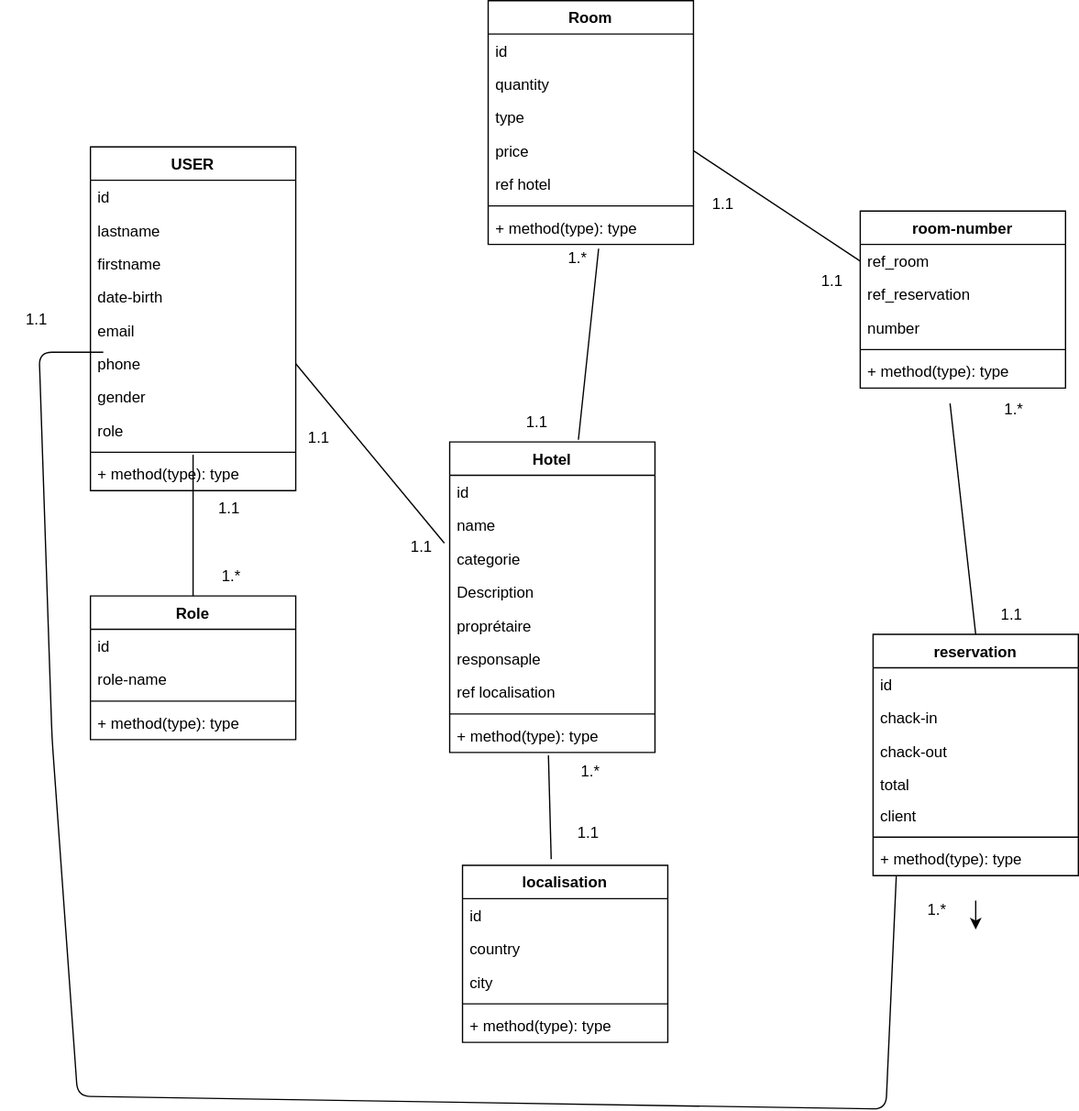
This is conception/DCLASS.drawio.svg from AllaouiJihad/youbooking, a draw.io export, as it was before one commit. Source tidied: cells renumbered, new cells last; positions are measured from the earlier drawing's top-left corner, leaving out a move shared by most shapes.
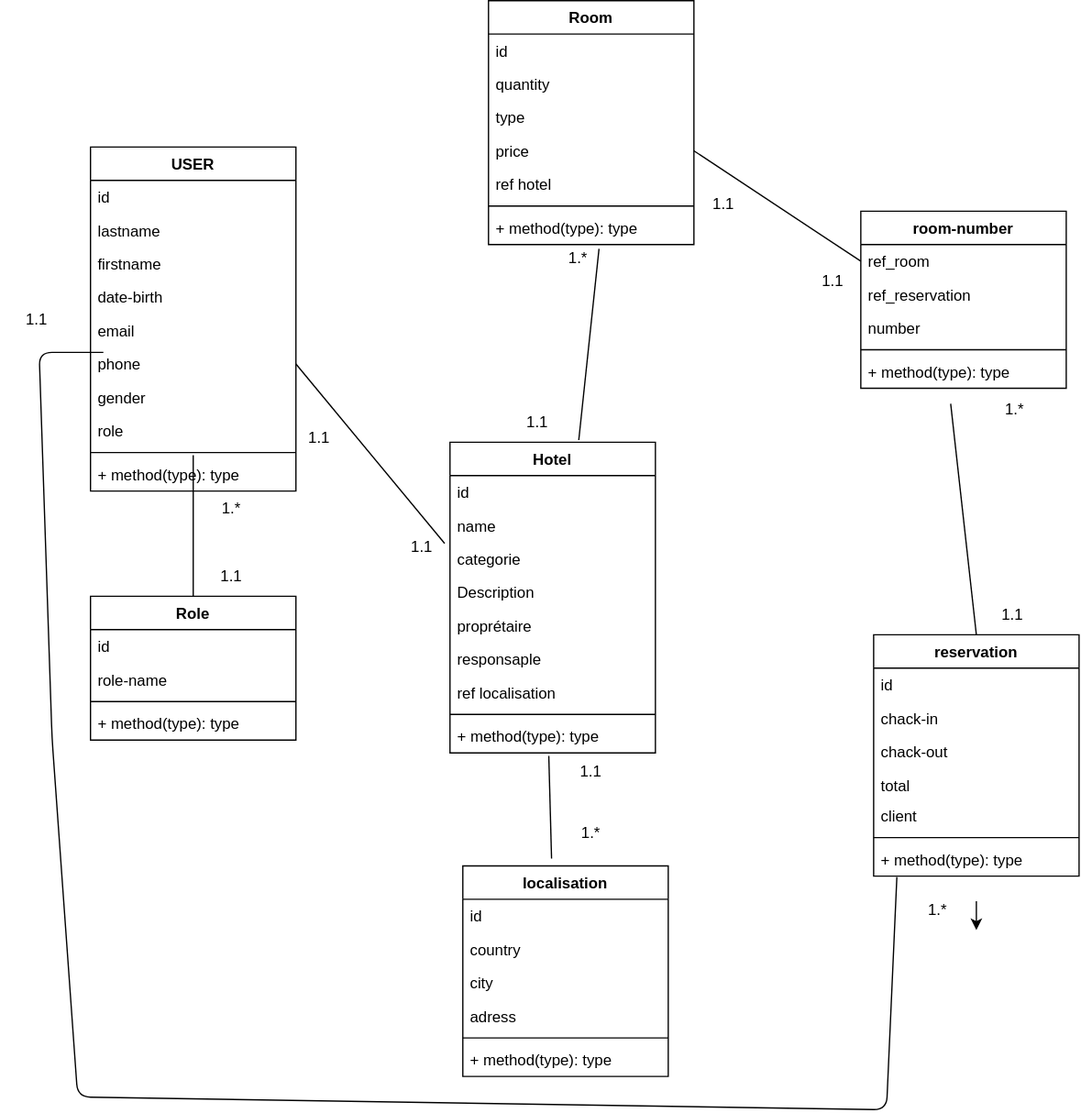
Later version of the same file.

Diff of the diagram source:
```diff
@@ -129,7 +129,7 @@
       <mxGeometry y="162" width="160" height="26" as="geometry" />
     </mxCell>
     <mxCell id="44" value="localisation" style="swimlane;fontStyle=1;align=center;verticalAlign=top;horizontal=1;startSize=26;" parent="1" vertex="1">
-      <mxGeometry x="360" y="674" width="160" height="138" as="geometry" />
+      <mxGeometry x="360" y="674" width="160" height="164" as="geometry" />
     </mxCell>
     <mxCell id="45" value="id" style="text;strokeColor=none;fillColor=none;align=left;verticalAlign=top;spacingLeft=4;spacingRight=4;overflow=hidden;" parent="44" vertex="1">
       <mxGeometry y="26" width="160" height="26" as="geometry" />
@@ -140,11 +140,14 @@
     <mxCell id="47" value="city" style="text;strokeColor=none;fillColor=none;align=left;verticalAlign=top;spacingLeft=4;spacingRight=4;overflow=hidden;" parent="44" vertex="1">
       <mxGeometry y="78" width="160" height="26" as="geometry" />
     </mxCell>
+    <mxCell id="78" value="adress" style="text;strokeColor=none;fillColor=none;align=left;verticalAlign=top;spacingLeft=4;spacingRight=4;overflow=hidden;" parent="44" vertex="1">
+      <mxGeometry y="104" width="160" height="26" as="geometry" />
+    </mxCell>
     <mxCell id="48" style="line;strokeWidth=1;fillColor=none;align=left;verticalAlign=middle;spacingTop=-1;spacingLeft=3;spacingRight=3;labelPosition=right;strokeColor=inherit;" parent="44" vertex="1">
-      <mxGeometry y="104" width="160" height="8" as="geometry" />
+      <mxGeometry y="130" width="160" height="8" as="geometry" />
     </mxCell>
     <mxCell id="49" value="+ method(type): type" style="text;strokeColor=none;fillColor=none;align=left;verticalAlign=top;spacingLeft=4;spacingRight=4;overflow=hidden;" parent="44" vertex="1">
-      <mxGeometry y="112" width="160" height="26" as="geometry" />
+      <mxGeometry y="138" width="160" height="26" as="geometry" />
     </mxCell>
     <mxCell id="50" value="room-number" style="swimlane;fontStyle=1;align=center;verticalAlign=top;horizontal=1;startSize=26;" parent="1" vertex="1">
       <mxGeometry x="670" y="164" width="160" height="138" as="geometry" />
@@ -185,16 +188,16 @@
     <mxCell id="60" style="endArrow=none;html=1;entryX=0.481;entryY=1.09;entryDx=0;entryDy=0;entryPerimeter=0;exitX=0.432;exitY=-0.035;exitDx=0;exitDy=0;exitPerimeter=0;" parent="1" edge="1" source="44" target="35">
       <mxGeometry relative="1" as="geometry" />
     </mxCell>
-    <mxCell id="61" value="1.1&lt;span style=&quot;color: rgba(0, 0, 0, 0); font-family: monospace; font-size: 0px; text-align: start;&quot;&gt;%3CmxGraphModel%3E%3Croot%3E%3CmxCell%20id%3D%220%22%2F%3E%3CmxCell%20id%3D%221%22%20parent%3D%220%22%2F%3E%3CmxCell%20id%3D%222%22%20value%3D%22Role%22%20style%3D%22swimlane%3BfontStyle%3D1%3Balign%3Dcenter%3BverticalAlign%3Dtop%3BchildLayout%3DstackLayout%3Bhorizontal%3D1%3BstartSize%3D26%3BhorizontalStack%3D0%3BresizeParent%3D1%3BresizeParentMax%3D0%3BresizeLast%3D0%3Bcollapsible%3D1%3BmarginBottom%3D0%3B%22%20vertex%3D%221%22%20parent%3D%221%22%3E%3CmxGeometry%20x%3D%2240%22%20y%3D%22540%22%20width%3D%22160%22%20height%3D%22112%22%20as%3D%22geometry%22%2F%3E%3C%2FmxCell%3E%3CmxCell%20id%3D%223%22%20value%3D%22id%22%20style%3D%22text%3BstrokeColor%3Dnone%3BfillColor%3Dnone%3Balign%3Dleft%3BverticalAlign%3Dtop%3BspacingLeft%3D4%3BspacingRight%3D4%3Boverflow%3Dhidden%3Brotatable%3D0%3Bpoints%3D%5B%5B0%2C0.5%5D%2C%5B1%2C0.5%5D%5D%3BportConstraint%3Deastwest%3B%22%20vertex%3D%221%22%20parent%3D%222%22%3E%3CmxGeometry%20y%3D%2226%22%20width%3D%22160%22%20height%3D%2226%22%20as%3D%22geometry%22%2F%3E%3C%2FmxCell%3E%3CmxCell%20id%3D%224%22%20value%3D%22role-name%22%20style%3D%22text%3BstrokeColor%3Dnone%3BfillColor%3Dnone%3Balign%3Dleft%3BverticalAlign%3Dtop%3BspacingLeft%3D4%3BspacingRight%3D4%3Boverflow%3Dhidden%3Brotatable%3D0%3Bpoints%3D%5B%5B0%2C0.5%5D%2C%5B1%2C0.5%5D%5D%3BportConstraint%3Deastwest%3B%22%20vertex%3D%221%22%20parent%3D%222%22%3E%3CmxGeometry%20y%3D%2252%22%20width%3D%22160%22%20height%3D%2226%22%20as%3D%22geometry%22%2F%3E%3C%2FmxCell%3E%3CmxCell%20id%3D%225%22%20value%3D%22%22%20style%3D%22line%3BstrokeWidth%3D1%3BfillColor%3Dnone%3Balign%3Dleft%3BverticalAlign%3Dmiddle%3BspacingTop%3D-1%3BspacingLeft%3D3%3BspacingRight%3D3%3Brotatable%3D0%3BlabelPosition%3Dright%3Bpoints%3D%5B%5D%3BportConstraint%3Deastwest%3BstrokeColor%3Dinherit%3B%22%20vertex%3D%221%22%20parent%3D%222%22%3E%3CmxGeometry%20y%3D%2278%22%20width%3D%22160%22%20height%3D%228%22%20as%3D%22geometry%22%2F%3E%3C%2FmxCell%3E%3CmxCell%20id%3D%226%22%20value%3D%22%2B%20method(type)%3A%20type%22%20style%3D%22text%3BstrokeColor%3Dnone%3BfillColor%3Dnone%3Balign%3Dleft%3BverticalAlign%3Dtop%3BspacingLeft%3D4%3BspacingRight%3D4%3Boverflow%3Dhidden%3Brotatable%3D0%3Bpoints%3D%5B%5B0%2C0.5%5D%2C%5B1%2C0.5%5D%5D%3BportConstraint%3Deastwest%3B%22%20vertex%3D%221%22%20parent%3D%222%22%3E%3CmxGeometry%20y%3D%2286%22%20width%3D%22160%22%20height%3D%2226%22%20as%3D%22geometry%22%2F%3E%3C%2FmxCell%3E%3C%2Froot%3E%3C%2FmxGraphModel%3E&lt;/span&gt;" style="text;html=1;strokeColor=none;fillColor=none;align=center;verticalAlign=middle;whiteSpace=wrap;rounded=0;" parent="1" vertex="1">
+    <mxCell id="61" value="1.*" style="text;html=1;strokeColor=none;fillColor=none;align=center;verticalAlign=middle;whiteSpace=wrap;rounded=0;" parent="1" vertex="1">
       <mxGeometry x="150" y="381" width="60" height="30" as="geometry" />
     </mxCell>
-    <mxCell id="62" value="1.*" style="text;html=1;strokeColor=none;fillColor=none;align=center;verticalAlign=middle;whiteSpace=wrap;rounded=0;" parent="1" vertex="1">
+    <mxCell id="62" value="1.1" style="text;html=1;strokeColor=none;fillColor=none;align=center;verticalAlign=middle;whiteSpace=wrap;rounded=0;" parent="1" vertex="1">
       <mxGeometry x="150" y="434" width="60" height="30" as="geometry" />
     </mxCell>
-    <mxCell id="63" value="1.1&lt;span style=&quot;color: rgba(0, 0, 0, 0); font-family: monospace; font-size: 0px; text-align: start;&quot;&gt;%3CmxGraphModel%3E%3Croot%3E%3CmxCell%20id%3D%220%22%2F%3E%3CmxCell%20id%3D%221%22%20parent%3D%220%22%2F%3E%3CmxCell%20id%3D%222%22%20value%3D%22Role%22%20style%3D%22swimlane%3BfontStyle%3D1%3Balign%3Dcenter%3BverticalAlign%3Dtop%3BchildLayout%3DstackLayout%3Bhorizontal%3D1%3BstartSize%3D26%3BhorizontalStack%3D0%3BresizeParent%3D1%3BresizeParentMax%3D0%3BresizeLast%3D0%3Bcollapsible%3D1%3BmarginBottom%3D0%3B%22%20vertex%3D%221%22%20parent%3D%221%22%3E%3CmxGeometry%20x%3D%2240%22%20y%3D%22540%22%20width%3D%22160%22%20height%3D%22112%22%20as%3D%22geometry%22%2F%3E%3C%2FmxCell%3E%3CmxCell%20id%3D%223%22%20value%3D%22id%22%20style%3D%22text%3BstrokeColor%3Dnone%3BfillColor%3Dnone%3Balign%3Dleft%3BverticalAlign%3Dtop%3BspacingLeft%3D4%3BspacingRight%3D4%3Boverflow%3Dhidden%3Brotatable%3D0%3Bpoints%3D%5B%5B0%2C0.5%5D%2C%5B1%2C0.5%5D%5D%3BportConstraint%3Deastwest%3B%22%20vertex%3D%221%22%20parent%3D%222%22%3E%3CmxGeometry%20y%3D%2226%22%20width%3D%22160%22%20height%3D%2226%22%20as%3D%22geometry%22%2F%3E%3C%2FmxCell%3E%3CmxCell%20id%3D%224%22%20value%3D%22role-name%22%20style%3D%22text%3BstrokeColor%3Dnone%3BfillColor%3Dnone%3Balign%3Dleft%3BverticalAlign%3Dtop%3BspacingLeft%3D4%3BspacingRight%3D4%3Boverflow%3Dhidden%3Brotatable%3D0%3Bpoints%3D%5B%5B0%2C0.5%5D%2C%5B1%2C0.5%5D%5D%3BportConstraint%3Deastwest%3B%22%20vertex%3D%221%22%20parent%3D%222%22%3E%3CmxGeometry%20y%3D%2252%22%20width%3D%22160%22%20height%3D%2226%22%20as%3D%22geometry%22%2F%3E%3C%2FmxCell%3E%3CmxCell%20id%3D%225%22%20value%3D%22%22%20style%3D%22line%3BstrokeWidth%3D1%3BfillColor%3Dnone%3Balign%3Dleft%3BverticalAlign%3Dmiddle%3BspacingTop%3D-1%3BspacingLeft%3D3%3BspacingRight%3D3%3Brotatable%3D0%3BlabelPosition%3Dright%3Bpoints%3D%5B%5D%3BportConstraint%3Deastwest%3BstrokeColor%3Dinherit%3B%22%20vertex%3D%221%22%20parent%3D%222%22%3E%3CmxGeometry%20y%3D%2278%22%20width%3D%22160%22%20height%3D%228%22%20as%3D%22geometry%22%2F%3E%3C%2FmxCell%3E%3CmxCell%20id%3D%226%22%20value%3D%22%2B%20method(type)%3A%20type%22%20style%3D%22text%3BstrokeColor%3Dnone%3BfillColor%3Dnone%3Balign%3Dleft%3BverticalAlign%3Dtop%3BspacingLeft%3D4%3BspacingRight%3D4%3Boverflow%3Dhidden%3Brotatable%3D0%3Bpoints%3D%5B%5B0%2C0.5%5D%2C%5B1%2C0.5%5D%5D%3BportConstraint%3Deastwest%3B%22%20vertex%3D%221%22%20parent%3D%222%22%3E%3CmxGeometry%20y%3D%2286%22%20width%3D%22160%22%20height%3D%2226%22%20as%3D%22geometry%22%2F%3E%3C%2FmxCell%3E%3C%2Froot%3E%3C%2FmxGraphModel%3E&lt;/span&gt;" style="text;html=1;strokeColor=none;fillColor=none;align=center;verticalAlign=middle;whiteSpace=wrap;rounded=0;" parent="1" vertex="1">
+    <mxCell id="63" value="1.*" style="text;html=1;strokeColor=none;fillColor=none;align=center;verticalAlign=middle;whiteSpace=wrap;rounded=0;" parent="1" vertex="1">
       <mxGeometry x="430" y="634" width="60" height="30" as="geometry" />
     </mxCell>
-    <mxCell id="64" value="1.*" style="text;html=1;strokeColor=none;fillColor=none;align=center;verticalAlign=middle;whiteSpace=wrap;rounded=0;" parent="1" vertex="1">
+    <mxCell id="64" value="1.1" style="text;html=1;strokeColor=none;fillColor=none;align=center;verticalAlign=middle;whiteSpace=wrap;rounded=0;" parent="1" vertex="1">
       <mxGeometry x="430" y="586" width="60" height="30" as="geometry" />
     </mxCell>
     <mxCell id="65" value="1.1&lt;span style=&quot;color: rgba(0, 0, 0, 0); font-family: monospace; font-size: 0px; text-align: start;&quot;&gt;%3CmxGraphModel%3E%3Croot%3E%3CmxCell%20id%3D%220%22%2F%3E%3CmxCell%20id%3D%221%22%20parent%3D%220%22%2F%3E%3CmxCell%20id%3D%222%22%20value%3D%22Role%22%20style%3D%22swimlane%3BfontStyle%3D1%3Balign%3Dcenter%3BverticalAlign%3Dtop%3BchildLayout%3DstackLayout%3Bhorizontal%3D1%3BstartSize%3D26%3BhorizontalStack%3D0%3BresizeParent%3D1%3BresizeParentMax%3D0%3BresizeLast%3D0%3Bcollapsible%3D1%3BmarginBottom%3D0%3B%22%20vertex%3D%221%22%20parent%3D%221%22%3E%3CmxGeometry%20x%3D%2240%22%20y%3D%22540%22%20width%3D%22160%22%20height%3D%22112%22%20as%3D%22geometry%22%2F%3E%3C%2FmxCell%3E%3CmxCell%20id%3D%223%22%20value%3D%22id%22%20style%3D%22text%3BstrokeColor%3Dnone%3BfillColor%3Dnone%3Balign%3Dleft%3BverticalAlign%3Dtop%3BspacingLeft%3D4%3BspacingRight%3D4%3Boverflow%3Dhidden%3Brotatable%3D0%3Bpoints%3D%5B%5B0%2C0.5%5D%2C%5B1%2C0.5%5D%5D%3BportConstraint%3Deastwest%3B%22%20vertex%3D%221%22%20parent%3D%222%22%3E%3CmxGeometry%20y%3D%2226%22%20width%3D%22160%22%20height%3D%2226%22%20as%3D%22geometry%22%2F%3E%3C%2FmxCell%3E%3CmxCell%20id%3D%224%22%20value%3D%22role-name%22%20style%3D%22text%3BstrokeColor%3Dnone%3BfillColor%3Dnone%3Balign%3Dleft%3BverticalAlign%3Dtop%3BspacingLeft%3D4%3BspacingRight%3D4%3Boverflow%3Dhidden%3Brotatable%3D0%3Bpoints%3D%5B%5B0%2C0.5%5D%2C%5B1%2C0.5%5D%5D%3BportConstraint%3Deastwest%3B%22%20vertex%3D%221%22%20parent%3D%222%22%3E%3CmxGeometry%20y%3D%2252%22%20width%3D%22160%22%20height%3D%2226%22%20as%3D%22geometry%22%2F%3E%3C%2FmxCell%3E%3CmxCell%20id%3D%225%22%20value%3D%22%22%20style%3D%22line%3BstrokeWidth%3D1%3BfillColor%3Dnone%3Balign%3Dleft%3BverticalAlign%3Dmiddle%3BspacingTop%3D-1%3BspacingLeft%3D3%3BspacingRight%3D3%3Brotatable%3D0%3BlabelPosition%3Dright%3Bpoints%3D%5B%5D%3BportConstraint%3Deastwest%3BstrokeColor%3Dinherit%3B%22%20vertex%3D%221%22%20parent%3D%222%22%3E%3CmxGeometry%20y%3D%2278%22%20width%3D%22160%22%20height%3D%228%22%20as%3D%22geometry%22%2F%3E%3C%2FmxCell%3E%3CmxCell%20id%3D%226%22%20value%3D%22%2B%20method(type)%3A%20type%22%20style%3D%22text%3BstrokeColor%3Dnone%3BfillColor%3Dnone%3Balign%3Dleft%3BverticalAlign%3Dtop%3BspacingLeft%3D4%3BspacingRight%3D4%3Boverflow%3Dhidden%3Brotatable%3D0%3Bpoints%3D%5B%5B0%2C0.5%5D%2C%5B1%2C0.5%5D%5D%3BportConstraint%3Deastwest%3B%22%20vertex%3D%221%22%20parent%3D%222%22%3E%3CmxGeometry%20y%3D%2286%22%20width%3D%22160%22%20height%3D%2226%22%20as%3D%22geometry%22%2F%3E%3C%2FmxCell%3E%3C%2Froot%3E%3C%2FmxGraphModel%3E&lt;/span&gt;" style="text;html=1;strokeColor=none;fillColor=none;align=center;verticalAlign=middle;whiteSpace=wrap;rounded=0;" parent="1" vertex="1">
```
